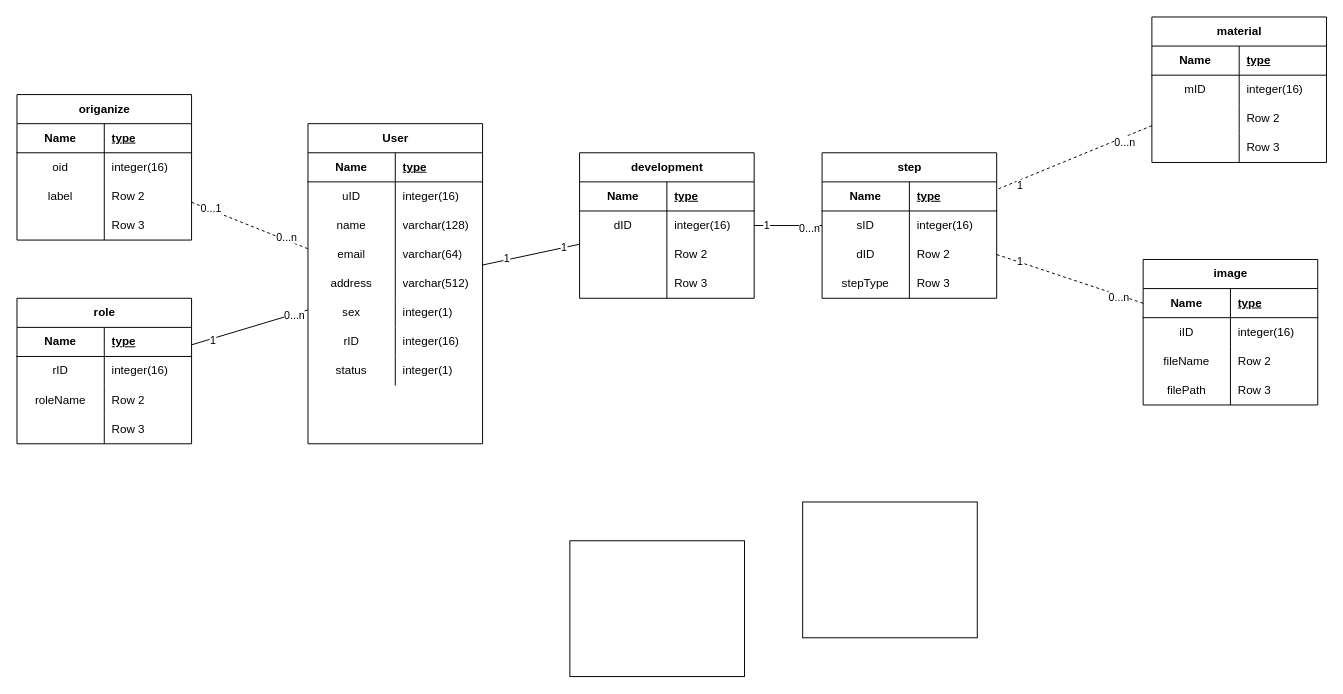
The draw.io diagram uml/er图.drawio in abc2513/ArknightsRoguelikeMapFlowchart, before the edit. Source tidied: cells renumbered, new cells numbered last; positions are measured from the earlier drawing's top-left corner, leaving out a move shared by most shapes. Both pictures are drawn from the tidied source at 97%, with x=0, y=0 at pixel (16, 16).
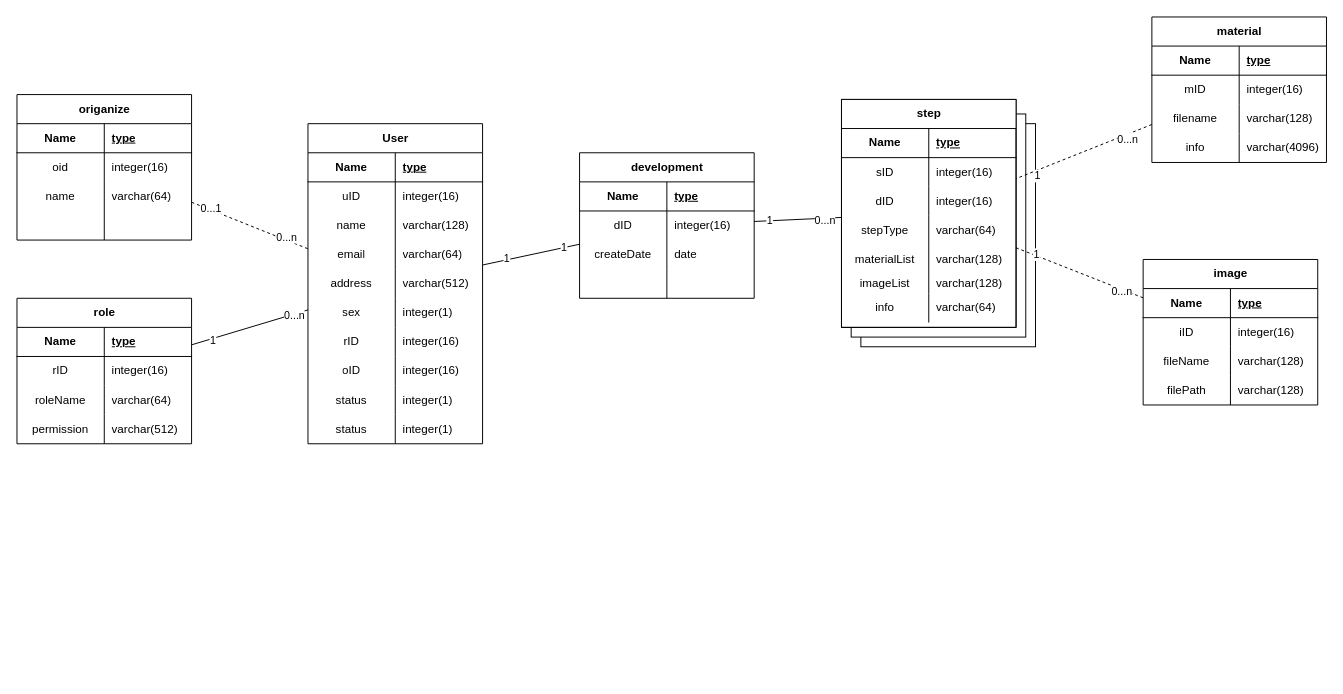
Above is the later version.

The change refers to these unchanged cells:
```xml
<mxCell id="9" style="shape=tableRow;horizontal=0;startSize=0;swimlaneHead=0;swimlaneBody=0;fillColor=none;top=0;left=0;right=0;bottom=0;" parent="2" vertex="1">
  <mxGeometry y="90" width="180" height="30" as="geometry" />
</mxCell>
<mxCell id="12" style="shape=tableRow;horizontal=0;startSize=0;swimlaneHead=0;swimlaneBody=0;fillColor=none;top=0;left=0;right=0;bottom=0;" parent="2" vertex="1">
  <mxGeometry y="120" width="180" height="30" as="geometry" />
</mxCell>
<mxCell id="15" value="User" style="shape=table;startSize=30;childLayout=tableLayout;rowLines=0;fontStyle=1;align=center;html=1;" parent="1" vertex="1">
  <mxGeometry x="300" y="110" width="180" height="330" as="geometry" />
</mxCell>
<mxCell id="37" style="shape=tableRow;horizontal=0;startSize=0;swimlaneHead=0;swimlaneBody=0;fillColor=none;top=0;left=0;right=0;bottom=0;" parent="15" vertex="1">
  <mxGeometry y="240" width="180" height="30" as="geometry" />
</mxCell>
<mxCell id="47" style="shape=tableRow;horizontal=0;startSize=0;swimlaneHead=0;swimlaneBody=0;fillColor=none;top=0;left=0;right=0;bottom=0;" parent="40" vertex="1">
  <mxGeometry y="90" width="180" height="30" as="geometry" />
</mxCell>
<mxCell id="50" style="shape=tableRow;horizontal=0;startSize=0;swimlaneHead=0;swimlaneBody=0;fillColor=none;top=0;left=0;right=0;bottom=0;" parent="40" vertex="1">
  <mxGeometry y="120" width="180" height="30" as="geometry" />
</mxCell>
<mxCell id="60" style="shape=tableRow;horizontal=0;startSize=0;swimlaneHead=0;swimlaneBody=0;fillColor=none;top=0;left=0;right=0;bottom=0;" parent="53" vertex="1">
  <mxGeometry y="90" width="180" height="30" as="geometry" />
</mxCell>
<mxCell id="63" style="shape=tableRow;horizontal=0;startSize=0;swimlaneHead=0;swimlaneBody=0;fillColor=none;top=0;left=0;right=0;bottom=0;" parent="53" vertex="1">
  <mxGeometry y="120" width="180" height="30" as="geometry" />
</mxCell>
<mxCell id="73" style="shape=tableRow;horizontal=0;startSize=0;swimlaneHead=0;swimlaneBody=0;fillColor=none;top=0;left=0;right=0;bottom=0;" parent="66" vertex="1">
  <mxGeometry y="90" width="180" height="30" as="geometry" />
</mxCell>
<mxCell id="76" style="shape=tableRow;horizontal=0;startSize=0;swimlaneHead=0;swimlaneBody=0;fillColor=none;top=0;left=0;right=0;bottom=0;" parent="66" vertex="1">
  <mxGeometry y="120" width="180" height="30" as="geometry" />
</mxCell>
<mxCell id="86" style="shape=tableRow;horizontal=0;startSize=0;swimlaneHead=0;swimlaneBody=0;fillColor=none;top=0;left=0;right=0;bottom=0;" parent="79" vertex="1">
  <mxGeometry y="90" width="180" height="30" as="geometry" />
</mxCell>
<mxCell id="89" style="shape=tableRow;horizontal=0;startSize=0;swimlaneHead=0;swimlaneBody=0;fillColor=none;top=0;left=0;right=0;bottom=0;" parent="79" vertex="1">
  <mxGeometry y="120" width="180" height="30" as="geometry" />
</mxCell>
<mxCell id="99" style="shape=tableRow;horizontal=0;startSize=0;swimlaneHead=0;swimlaneBody=0;fillColor=none;top=0;left=0;right=0;bottom=0;" parent="92" vertex="1">
  <mxGeometry y="90" width="180" height="30" as="geometry" />
</mxCell>
<mxCell id="102" style="shape=tableRow;horizontal=0;startSize=0;swimlaneHead=0;swimlaneBody=0;fillColor=none;top=0;left=0;right=0;bottom=0;" parent="92" vertex="1">
  <mxGeometry y="120" width="180" height="30" as="geometry" />
</mxCell>
```

What changed in the source:
```diff
@@
+    <mxCell id="124" style="rounded=0;whiteSpace=wrap;html=1;" parent="1" vertex="1">
+      <mxGeometry x="870" y="110" width="180" height="230" as="geometry" />
+    </mxCell>
+    <mxCell id="123" style="rounded=0;whiteSpace=wrap;html=1;" parent="1" vertex="1">
+      <mxGeometry x="860" y="100" width="180" height="230" as="geometry" />
+    </mxCell>
+    <mxCell id="125" style="rounded=0;whiteSpace=wrap;html=1;" parent="1" vertex="1">
+      <mxGeometry x="850" y="85" width="180" height="235" as="geometry" />
+    </mxCell>
@@
-    <mxCell id="10" value="label" style="shape=partialRectangle;fillColor=none;top=0;left=0;bottom=0;right=0;overflow=hidden;whiteSpace=wrap;html=1;" parent="9" vertex="1">
+    <mxCell id="10" value="name" style="shape=partialRectangle;fillColor=none;top=0;left=0;bottom=0;right=0;overflow=hidden;whiteSpace=wrap;html=1;" parent="9" vertex="1">
       <mxGeometry width="90" height="30" as="geometry" />
     </mxCell>
-    <mxCell id="11" value="Row 2" style="shape=partialRectangle;fillColor=none;top=0;left=0;bottom=0;right=0;align=left;spacingLeft=6;overflow=hidden;whiteSpace=wrap;html=1;" parent="9" vertex="1">
+    <mxCell id="11" value="varchar(64)" style="shape=partialRectangle;fillColor=none;top=0;left=0;bottom=0;right=0;align=left;spacingLeft=6;overflow=hidden;whiteSpace=wrap;html=1;" parent="9" vertex="1">
       <mxGeometry x="90" width="90" height="30" as="geometry" />
     </mxCell>
@@
-    <mxCell id="14" value="Row 3" style="shape=partialRectangle;fillColor=none;top=0;left=0;bottom=0;right=0;align=left;spacingLeft=6;overflow=hidden;whiteSpace=wrap;html=1;" parent="12" vertex="1">
+    <mxCell id="14" style="shape=partialRectangle;fillColor=none;top=0;left=0;bottom=0;right=0;align=left;spacingLeft=6;overflow=hidden;whiteSpace=wrap;html=1;" parent="12" vertex="1">
       <mxGeometry x="90" width="90" height="30" as="geometry" />
     </mxCell>
@@
-    <mxCell id="38" value="status" style="shape=partialRectangle;fillColor=none;top=0;left=0;bottom=0;right=0;overflow=hidden;whiteSpace=wrap;html=1;" parent="37" vertex="1">
+    <mxCell id="38" value="oID" style="shape=partialRectangle;fillColor=none;top=0;left=0;bottom=0;right=0;overflow=hidden;whiteSpace=wrap;html=1;" parent="37" vertex="1">
       <mxGeometry width="90" height="30" as="geometry" />
     </mxCell>
-    <mxCell id="39" value="integer(1)" style="shape=partialRectangle;fillColor=none;top=0;left=0;bottom=0;right=0;align=left;spacingLeft=6;overflow=hidden;whiteSpace=wrap;html=1;" parent="37" vertex="1">
+    <mxCell id="39" value="integer(16)" style="shape=partialRectangle;fillColor=none;top=0;left=0;bottom=0;right=0;align=left;spacingLeft=6;overflow=hidden;whiteSpace=wrap;html=1;" parent="37" vertex="1">
       <mxGeometry x="90" width="90" height="30" as="geometry" />
     </mxCell>
+    <mxCell id="126" style="shape=tableRow;horizontal=0;startSize=0;swimlaneHead=0;swimlaneBody=0;fillColor=none;top=0;left=0;right=0;bottom=0;" parent="15" vertex="1">
+      <mxGeometry y="270" width="180" height="30" as="geometry" />
+    </mxCell>
+    <mxCell id="127" value="status" style="shape=partialRectangle;fillColor=none;top=0;left=0;bottom=0;right=0;overflow=hidden;whiteSpace=wrap;html=1;" parent="126" vertex="1">
+      <mxGeometry width="90" height="30" as="geometry" />
+    </mxCell>
+    <mxCell id="128" value="integer(1)" style="shape=partialRectangle;fillColor=none;top=0;left=0;bottom=0;right=0;align=left;spacingLeft=6;overflow=hidden;whiteSpace=wrap;html=1;" parent="126" vertex="1">
+      <mxGeometry x="90" width="90" height="30" as="geometry" />
+    </mxCell>
+    <mxCell id="129" style="shape=tableRow;horizontal=0;startSize=0;swimlaneHead=0;swimlaneBody=0;fillColor=none;top=0;left=0;right=0;bottom=0;" parent="15" vertex="1">
+      <mxGeometry y="300" width="180" height="30" as="geometry" />
+    </mxCell>
+    <mxCell id="130" value="status" style="shape=partialRectangle;fillColor=none;top=0;left=0;bottom=0;right=0;overflow=hidden;whiteSpace=wrap;html=1;" parent="129" vertex="1">
+      <mxGeometry width="90" height="30" as="geometry" />
+    </mxCell>
+    <mxCell id="131" value="integer(1)" style="shape=partialRectangle;fillColor=none;top=0;left=0;bottom=0;right=0;align=left;spacingLeft=6;overflow=hidden;whiteSpace=wrap;html=1;" parent="129" vertex="1">
+      <mxGeometry x="90" width="90" height="30" as="geometry" />
+    </mxCell>
@@
-    <mxCell id="48" style="shape=partialRectangle;fillColor=none;top=0;left=0;bottom=0;right=0;overflow=hidden;whiteSpace=wrap;html=1;" parent="47" vertex="1">
+    <mxCell id="48" value="createDate" style="shape=partialRectangle;fillColor=none;top=0;left=0;bottom=0;right=0;overflow=hidden;whiteSpace=wrap;html=1;" parent="47" vertex="1">
       <mxGeometry width="90" height="30" as="geometry" />
     </mxCell>
-    <mxCell id="49" value="Row 2" style="shape=partialRectangle;fillColor=none;top=0;left=0;bottom=0;right=0;align=left;spacingLeft=6;overflow=hidden;whiteSpace=wrap;html=1;" parent="47" vertex="1">
+    <mxCell id="49" value="date" style="shape=partialRectangle;fillColor=none;top=0;left=0;bottom=0;right=0;align=left;spacingLeft=6;overflow=hidden;whiteSpace=wrap;html=1;" parent="47" vertex="1">
       <mxGeometry x="90" width="90" height="30" as="geometry" />
     </mxCell>
@@
-    <mxCell id="52" value="Row 3" style="shape=partialRectangle;fillColor=none;top=0;left=0;bottom=0;right=0;align=left;spacingLeft=6;overflow=hidden;whiteSpace=wrap;html=1;" parent="50" vertex="1">
+    <mxCell id="52" style="shape=partialRectangle;fillColor=none;top=0;left=0;bottom=0;right=0;align=left;spacingLeft=6;overflow=hidden;whiteSpace=wrap;html=1;" parent="50" vertex="1">
       <mxGeometry x="90" width="90" height="30" as="geometry" />
     </mxCell>
@@
-    <mxCell id="62" value="Row 2" style="shape=partialRectangle;fillColor=none;top=0;left=0;bottom=0;right=0;align=left;spacingLeft=6;overflow=hidden;whiteSpace=wrap;html=1;" parent="60" vertex="1">
+    <mxCell id="62" value="varchar(128)" style="shape=partialRectangle;fillColor=none;top=0;left=0;bottom=0;right=0;align=left;spacingLeft=6;overflow=hidden;whiteSpace=wrap;html=1;" parent="60" vertex="1">
       <mxGeometry x="90" width="90" height="30" as="geometry" />
     </mxCell>
@@
-    <mxCell id="65" value="Row 3" style="shape=partialRectangle;fillColor=none;top=0;left=0;bottom=0;right=0;align=left;spacingLeft=6;overflow=hidden;whiteSpace=wrap;html=1;" parent="63" vertex="1">
+    <mxCell id="65" value="varchar(128)" style="shape=partialRectangle;fillColor=none;top=0;left=0;bottom=0;right=0;align=left;spacingLeft=6;overflow=hidden;whiteSpace=wrap;html=1;" parent="63" vertex="1">
       <mxGeometry x="90" width="90" height="30" as="geometry" />
     </mxCell>
@@
-    <mxCell id="74" style="shape=partialRectangle;fillColor=none;top=0;left=0;bottom=0;right=0;overflow=hidden;whiteSpace=wrap;html=1;" parent="73" vertex="1">
+    <mxCell id="74" value="filename" style="shape=partialRectangle;fillColor=none;top=0;left=0;bottom=0;right=0;overflow=hidden;whiteSpace=wrap;html=1;" parent="73" vertex="1">
       <mxGeometry width="90" height="30" as="geometry" />
     </mxCell>
-    <mxCell id="75" value="Row 2" style="shape=partialRectangle;fillColor=none;top=0;left=0;bottom=0;right=0;align=left;spacingLeft=6;overflow=hidden;whiteSpace=wrap;html=1;" parent="73" vertex="1">
+    <mxCell id="75" value="varchar(128)" style="shape=partialRectangle;fillColor=none;top=0;left=0;bottom=0;right=0;align=left;spacingLeft=6;overflow=hidden;whiteSpace=wrap;html=1;" parent="73" vertex="1">
       <mxGeometry x="90" width="90" height="30" as="geometry" />
     </mxCell>
@@
-    <mxCell id="77" style="shape=partialRectangle;fillColor=none;top=0;left=0;bottom=0;right=0;overflow=hidden;whiteSpace=wrap;html=1;" parent="76" vertex="1">
+    <mxCell id="77" value="info" style="shape=partialRectangle;fillColor=none;top=0;left=0;bottom=0;right=0;overflow=hidden;whiteSpace=wrap;html=1;" parent="76" vertex="1">
       <mxGeometry width="90" height="30" as="geometry" />
     </mxCell>
-    <mxCell id="78" value="Row 3" style="shape=partialRectangle;fillColor=none;top=0;left=0;bottom=0;right=0;align=left;spacingLeft=6;overflow=hidden;whiteSpace=wrap;html=1;" parent="76" vertex="1">
+    <mxCell id="78" value="varchar(4096)" style="shape=partialRectangle;fillColor=none;top=0;left=0;bottom=0;right=0;align=left;spacingLeft=6;overflow=hidden;whiteSpace=wrap;html=1;" parent="76" vertex="1">
       <mxGeometry x="90" width="90" height="30" as="geometry" />
     </mxCell>
     <mxCell id="79" value="step" style="shape=table;startSize=30;childLayout=tableLayout;rowLines=0;fontStyle=1;align=center;html=1;" parent="1" vertex="1">
-      <mxGeometry x="830" y="140" width="180" height="150" as="geometry" />
+      <mxGeometry x="850" y="85" width="180" height="235" as="geometry" />
     </mxCell>
@@
-    <mxCell id="88" value="Row 2" style="shape=partialRectangle;fillColor=none;top=0;left=0;bottom=0;right=0;align=left;spacingLeft=6;overflow=hidden;whiteSpace=wrap;html=1;" parent="86" vertex="1">
+    <mxCell id="88" value="integer(16)" style="shape=partialRectangle;fillColor=none;top=0;left=0;bottom=0;right=0;align=left;spacingLeft=6;overflow=hidden;whiteSpace=wrap;html=1;" parent="86" vertex="1">
       <mxGeometry x="90" width="90" height="30" as="geometry" />
     </mxCell>
@@
-    <mxCell id="91" value="Row 3" style="shape=partialRectangle;fillColor=none;top=0;left=0;bottom=0;right=0;align=left;spacingLeft=6;overflow=hidden;whiteSpace=wrap;html=1;" parent="89" vertex="1">
+    <mxCell id="91" value="varchar(64)" style="shape=partialRectangle;fillColor=none;top=0;left=0;bottom=0;right=0;align=left;spacingLeft=6;overflow=hidden;whiteSpace=wrap;html=1;" parent="89" vertex="1">
       <mxGeometry x="90" width="90" height="30" as="geometry" />
     </mxCell>
+    <mxCell id="132" style="shape=tableRow;horizontal=0;startSize=0;swimlaneHead=0;swimlaneBody=0;fillColor=none;top=0;left=0;right=0;bottom=0;" parent="79" vertex="1">
+      <mxGeometry y="150" width="180" height="30" as="geometry" />
+    </mxCell>
+    <mxCell id="133" value="materialList" style="shape=partialRectangle;fillColor=none;top=0;left=0;bottom=0;right=0;overflow=hidden;whiteSpace=wrap;html=1;" parent="132" vertex="1">
+      <mxGeometry width="90" height="30" as="geometry" />
+    </mxCell>
+    <mxCell id="134" value="varchar(128)" style="shape=partialRectangle;fillColor=none;top=0;left=0;bottom=0;right=0;align=left;spacingLeft=6;overflow=hidden;whiteSpace=wrap;html=1;" parent="132" vertex="1">
+      <mxGeometry x="90" width="90" height="30" as="geometry" />
+    </mxCell>
+    <mxCell id="135" style="shape=tableRow;horizontal=0;startSize=0;swimlaneHead=0;swimlaneBody=0;fillColor=none;top=0;left=0;right=0;bottom=0;" parent="79" vertex="1">
+      <mxGeometry y="180" width="180" height="20" as="geometry" />
+    </mxCell>
+    <mxCell id="136" value="imageList" style="shape=partialRectangle;fillColor=none;top=0;left=0;bottom=0;right=0;overflow=hidden;whiteSpace=wrap;html=1;" parent="135" vertex="1">
+      <mxGeometry width="90" height="20" as="geometry" />
+    </mxCell>
+    <mxCell id="137" value="varchar(128)" style="shape=partialRectangle;fillColor=none;top=0;left=0;bottom=0;right=0;align=left;spacingLeft=6;overflow=hidden;whiteSpace=wrap;html=1;" parent="135" vertex="1">
+      <mxGeometry x="90" width="90" height="20" as="geometry" />
+    </mxCell>
+    <mxCell id="138" style="shape=tableRow;horizontal=0;startSize=0;swimlaneHead=0;swimlaneBody=0;fillColor=none;top=0;left=0;right=0;bottom=0;" parent="79" vertex="1">
+      <mxGeometry y="200" width="180" height="30" as="geometry" />
+    </mxCell>
+    <mxCell id="139" value="info" style="shape=partialRectangle;fillColor=none;top=0;left=0;bottom=0;right=0;overflow=hidden;whiteSpace=wrap;html=1;" parent="138" vertex="1">
+      <mxGeometry width="90" height="30" as="geometry" />
+    </mxCell>
+    <mxCell id="140" value="varchar(64)" style="shape=partialRectangle;fillColor=none;top=0;left=0;bottom=0;right=0;align=left;spacingLeft=6;overflow=hidden;whiteSpace=wrap;html=1;" parent="138" vertex="1">
+      <mxGeometry x="90" width="90" height="30" as="geometry" />
+    </mxCell>
@@
-    <mxCell id="101" value="Row 2" style="shape=partialRectangle;fillColor=none;top=0;left=0;bottom=0;right=0;align=left;spacingLeft=6;overflow=hidden;whiteSpace=wrap;html=1;" parent="99" vertex="1">
+    <mxCell id="101" value="varchar(64)" style="shape=partialRectangle;fillColor=none;top=0;left=0;bottom=0;right=0;align=left;spacingLeft=6;overflow=hidden;whiteSpace=wrap;html=1;" parent="99" vertex="1">
       <mxGeometry x="90" width="90" height="30" as="geometry" />
     </mxCell>
@@
-    <mxCell id="103" style="shape=partialRectangle;fillColor=none;top=0;left=0;bottom=0;right=0;overflow=hidden;whiteSpace=wrap;html=1;" parent="102" vertex="1">
+    <mxCell id="103" value="permission" style="shape=partialRectangle;fillColor=none;top=0;left=0;bottom=0;right=0;overflow=hidden;whiteSpace=wrap;html=1;" parent="102" vertex="1">
       <mxGeometry width="90" height="30" as="geometry" />
     </mxCell>
-    <mxCell id="104" value="Row 3" style="shape=partialRectangle;fillColor=none;top=0;left=0;bottom=0;right=0;align=left;spacingLeft=6;overflow=hidden;whiteSpace=wrap;html=1;" parent="102" vertex="1">
+    <mxCell id="104" value="varchar(512)" style="shape=partialRectangle;fillColor=none;top=0;left=0;bottom=0;right=0;align=left;spacingLeft=6;overflow=hidden;whiteSpace=wrap;html=1;" parent="102" vertex="1">
       <mxGeometry x="90" width="90" height="30" as="geometry" />
     </mxCell>
@@
-    <mxCell id="123" style="rounded=0;whiteSpace=wrap;html=1;" parent="1" vertex="1">
-      <mxGeometry x="810" y="500" width="180" height="140" as="geometry" />
-    </mxCell>
-    <mxCell id="124" style="rounded=0;whiteSpace=wrap;html=1;" parent="1" vertex="1">
-      <mxGeometry x="570" y="540" width="180" height="140" as="geometry" />
-    </mxCell>
```
